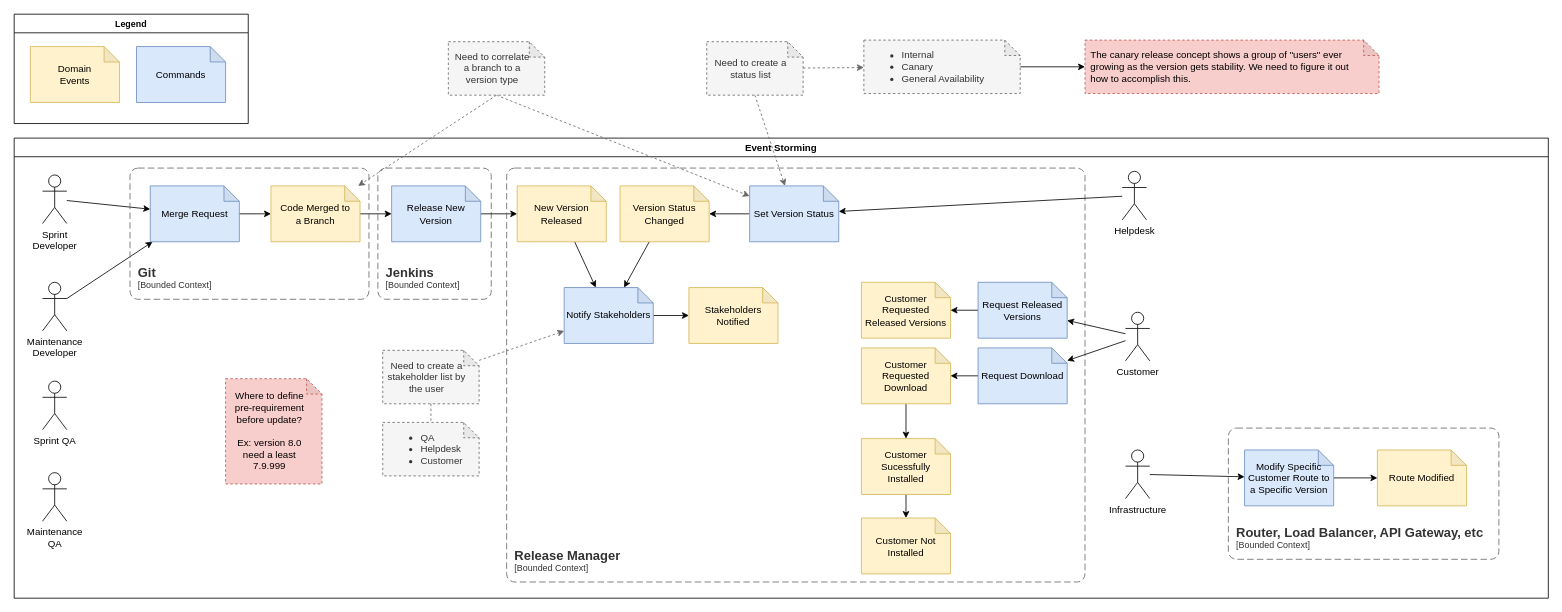
Above: release-manager.drawio in higorrg/release-manager (draw.io), before the change. Source tidied: cells renumbered, new cells numbered last; positions are measured from the earlier drawing's top-left corner, leaving out a move shared by most shapes. Both pictures are drawn from the tidied source at 81%, with x=0, y=0 at pixel (14, 14).
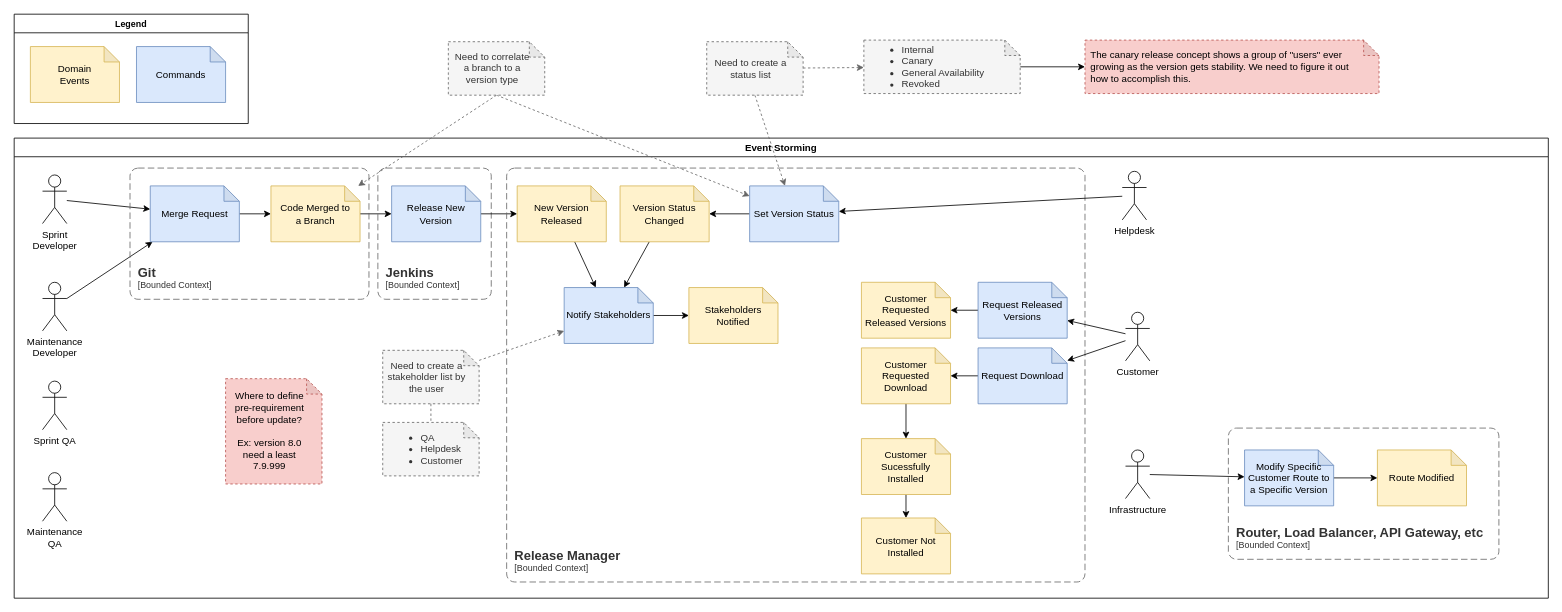
The same diagram, later.

What changed in the source:
```diff
@@
-    <mxCell id="63" value="&lt;ul&gt;&lt;li&gt;Internal&lt;/li&gt;&lt;li&gt;&lt;span style=&quot;background-color: initial;&quot;&gt;Canary&lt;/span&gt;&lt;/li&gt;&lt;li&gt;&lt;span style=&quot;background-color: initial;&quot;&gt;General Availability&lt;/span&gt;&lt;/li&gt;&lt;/ul&gt;" style="shape=note;whiteSpace=wrap;html=1;backgroundOutline=1;darkOpacity=0.05;size=19;fillColor=#f5f5f5;strokeColor=#666666;fontColor=#333333;dashed=1;spacing=2;spacingRight=15;spacingLeft=5;align=left;" parent="1" vertex="1">
+    <mxCell id="63" value="&lt;ul&gt;&lt;li&gt;Internal&lt;/li&gt;&lt;li&gt;&lt;span style=&quot;background-color: initial;&quot;&gt;Canary&lt;/span&gt;&lt;/li&gt;&lt;li&gt;&lt;span style=&quot;background-color: initial;&quot;&gt;General Availability&lt;/span&gt;&lt;/li&gt;&lt;li&gt;Revoked&lt;/li&gt;&lt;/ul&gt;" style="shape=note;whiteSpace=wrap;html=1;backgroundOutline=1;darkOpacity=0.05;size=19;fillColor=#f5f5f5;strokeColor=#666666;fontColor=#333333;dashed=1;spacing=2;spacingRight=15;spacingLeft=5;align=left;" parent="1" vertex="1">
       <mxGeometry x="1049" y="32" width="193" height="66" as="geometry" />
     </mxCell>
```
